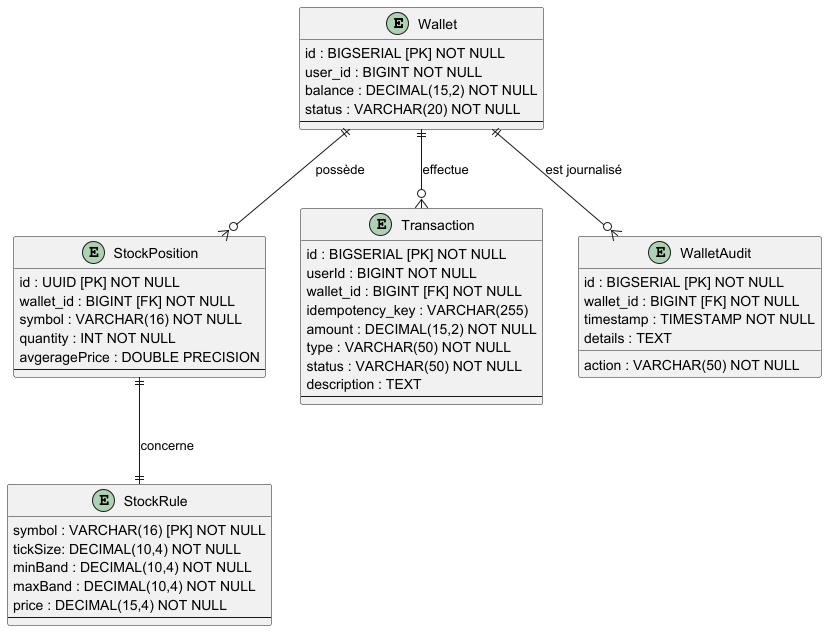
This is docs/persistance/schemas/schema_er_wallet-service.png from Hugo-12341234/BrokerX_MicroServices, a PlantUML export, as it was before one commit. The source it was exported from:
```plantuml
@startuml
entity "Wallet" as wallet {
  id : BIGSERIAL [PK] NOT NULL
  user_id : BIGINT NOT NULL
  balance : DECIMAL(15,2) NOT NULL
  status : VARCHAR(20) NOT NULL
  --
}
entity "StockPosition" as sp {
  id : UUID [PK] NOT NULL
  wallet_id : BIGINT [FK] NOT NULL
  symbol : VARCHAR(16) NOT NULL
  quantity : INT NOT NULL
  avgeragePrice : DOUBLE PRECISION
  --
}
entity "StockRule" as sr {
  symbol : VARCHAR(16) [PK] NOT NULL
  tickSize: DECIMAL(10,4) NOT NULL
  minBand : DECIMAL(10,4) NOT NULL
  maxBand : DECIMAL(10,4) NOT NULL
  price : DECIMAL(15,4) NOT NULL
  --
}
entity "Transaction" as tx {
  id : BIGSERIAL [PK] NOT NULL
  userId : BIGINT NOT NULL
  wallet_id : BIGINT [FK] NOT NULL
  idempotency_key : VARCHAR(255)
  amount : DECIMAL(15,2) NOT NULL
  type : VARCHAR(50) NOT NULL
  status : VARCHAR(50) NOT NULL
  description : TEXT
  --
}
entity "WalletAudit" as waudit {
  id : BIGSERIAL [PK] NOT NULL
  wallet_id : BIGINT [FK] NOT NULL
  action : VARCHAR(50) NOT NULL
  timestamp : TIMESTAMP NOT NULL
  details : TEXT
}
wallet ||--o{ sp : "possède"
sp ||--|| sr : "concerne"
wallet ||--o{ tx : "effectue"
wallet ||--o{ waudit : "est journalisé"
@enduml
```
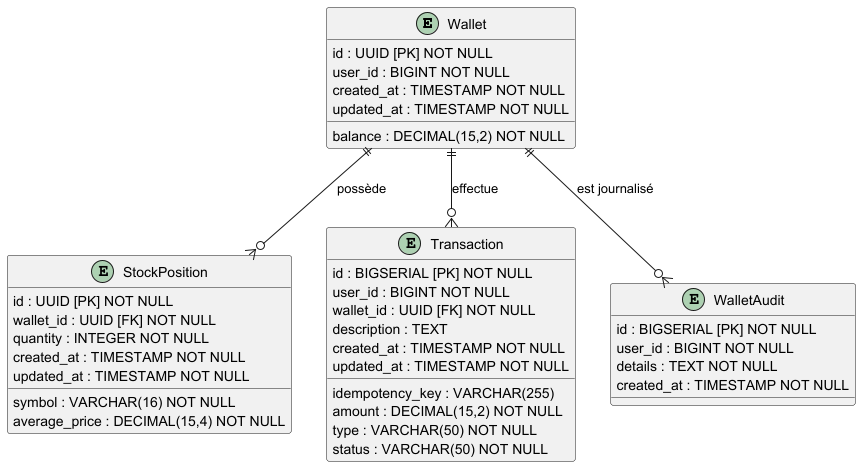
The same file after the commit.

Diff of the diagram source:
```diff
@@ -1,47 +1,43 @@
 @startuml
 entity "Wallet" as wallet {
+  id : UUID [PK] NOT NULL
+  user_id : BIGINT NOT NULL
+  balance : DECIMAL(15,2) NOT NULL
+  created_at : TIMESTAMP NOT NULL
+  updated_at : TIMESTAMP NOT NULL
+}
+
+entity "StockPosition" as sp {
+  id : UUID [PK] NOT NULL
+  wallet_id : UUID [FK] NOT NULL
+  symbol : VARCHAR(16) NOT NULL
+  quantity : INTEGER NOT NULL
+  average_price : DECIMAL(15,4) NOT NULL
+  created_at : TIMESTAMP NOT NULL
+  updated_at : TIMESTAMP NOT NULL
+}
+
+entity "Transaction" as tx {
   id : BIGSERIAL [PK] NOT NULL
   user_id : BIGINT NOT NULL
-  balance : DECIMAL(15,2) NOT NULL
-  status : VARCHAR(20) NOT NULL
-  --
-}
-entity "StockPosition" as sp {
-  id : UUID [PK] NOT NULL
-  wallet_id : BIGINT [FK] NOT NULL
-  symbol : VARCHAR(16) NOT NULL
-  quantity : INT NOT NULL
-  avgeragePrice : DOUBLE PRECISION
-  --
-}
-entity "StockRule" as sr {
-  symbol : VARCHAR(16) [PK] NOT NULL
-  tickSize: DECIMAL(10,4) NOT NULL
-  minBand : DECIMAL(10,4) NOT NULL
-  maxBand : DECIMAL(10,4) NOT NULL
-  price : DECIMAL(15,4) NOT NULL
-  --
-}
-entity "Transaction" as tx {
-  id : BIGSERIAL [PK] NOT NULL
-  userId : BIGINT NOT NULL
-  wallet_id : BIGINT [FK] NOT NULL
+  wallet_id : UUID [FK] NOT NULL
   idempotency_key : VARCHAR(255)
   amount : DECIMAL(15,2) NOT NULL
   type : VARCHAR(50) NOT NULL
   status : VARCHAR(50) NOT NULL
   description : TEXT
-  --
+  created_at : TIMESTAMP NOT NULL
+  updated_at : TIMESTAMP NOT NULL
 }
+
 entity "WalletAudit" as waudit {
   id : BIGSERIAL [PK] NOT NULL
-  wallet_id : BIGINT [FK] NOT NULL
-  action : VARCHAR(50) NOT NULL
-  timestamp : TIMESTAMP NOT NULL
-  details : TEXT
+  user_id : BIGINT NOT NULL
+  details : TEXT NOT NULL
+  created_at : TIMESTAMP NOT NULL
 }
+
 wallet ||--o{ sp : "possède"
-sp ||--|| sr : "concerne"
 wallet ||--o{ tx : "effectue"
 wallet ||--o{ waudit : "est journalisé"
 @enduml
```
